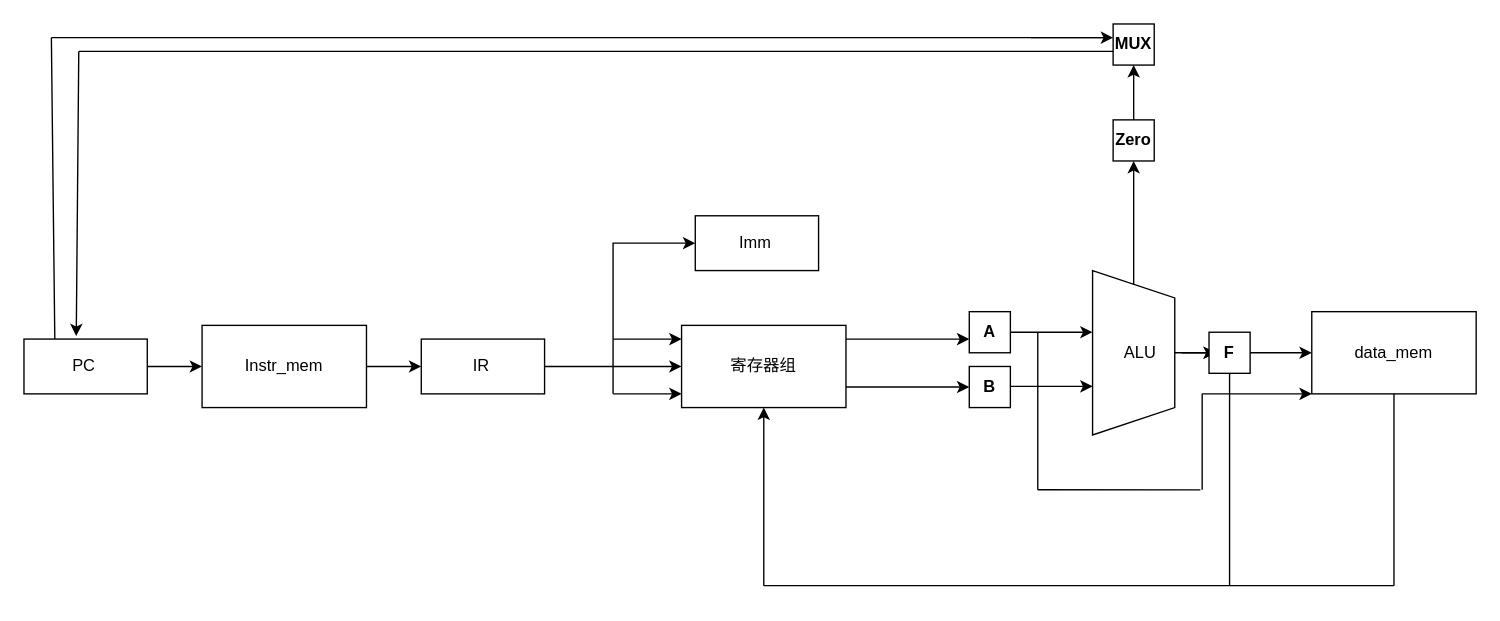
lllwwwooo/draw.io keeps this draw.io diagram as directory/CPU.drawio. Above is the earlier version. Source tidied: cells renumbered, new cells numbered last; positions are measured from the earlier drawing's top-left corner, leaving out a move shared by most shapes. Both pictures are drawn from the tidied source at 137%, with x=0, y=0 at pixel (23, 23).
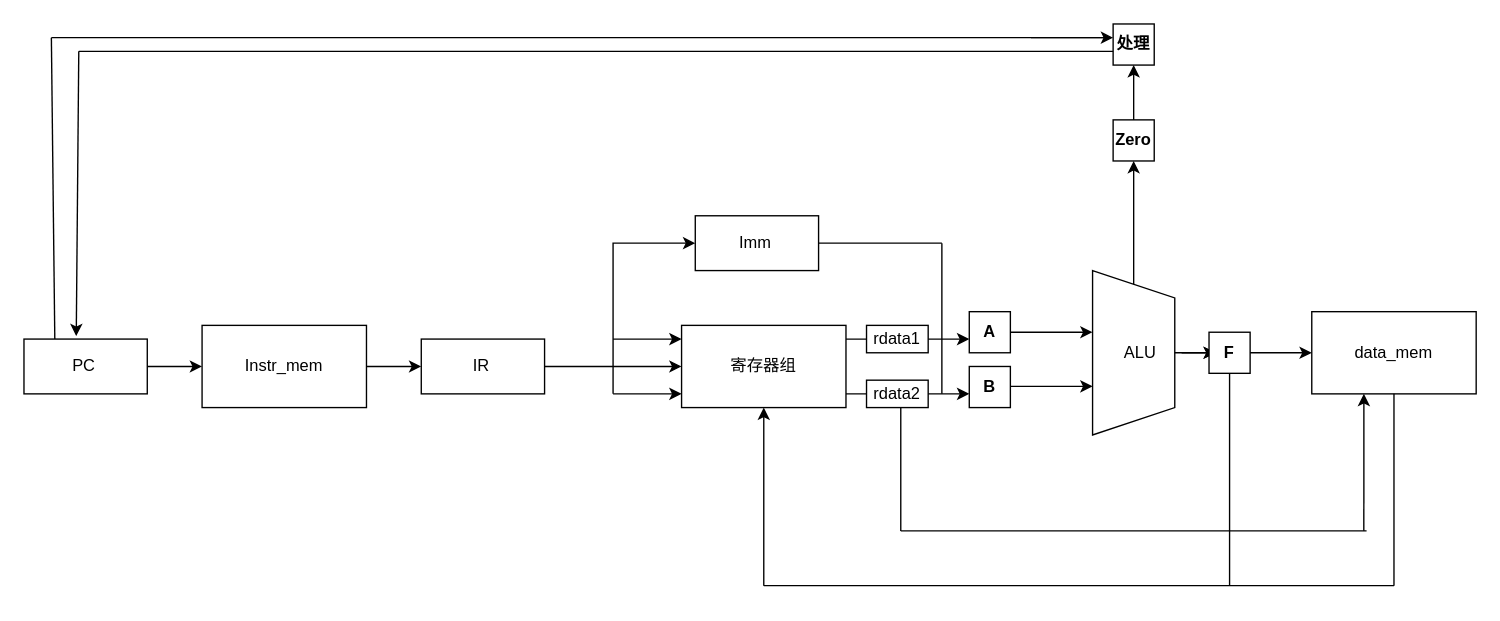
Above is the later version.

The change refers to these unchanged cells:
```xml
<mxCell id="14" style="rounded=0;whiteSpace=wrap;html=1;" parent="13" vertex="1">
  <mxGeometry width="120" height="60" as="geometry" />
</mxCell>
<mxCell id="18" style="rounded=0;whiteSpace=wrap;html=1;" parent="17" vertex="1">
  <mxGeometry width="90" height="40" as="geometry" />
</mxCell>
<mxCell id="44" style="group;" parent="1" vertex="1">
  <mxGeometry x="780" width="60" height="30" as="geometry" />
</mxCell>
<mxCell id="50" style="rounded=0;whiteSpace=wrap;html=1;" parent="49" vertex="1">
  <mxGeometry width="120" height="60" as="geometry" />
</mxCell>
```

The edit, as a diff of the source:
```diff
@@
-    <mxCell id="22" style="endArrow=classic;html=1;rounded=0;entryX=0;entryY=0.5;entryDx=0;entryDy=0;exitX=1;exitY=0.75;exitDx=0;exitDy=0;" parent="1" edge="1" source="14">
+    <mxCell id="22" style="endArrow=classic;html=1;rounded=0;entryX=0;entryY=0.5;entryDx=0;entryDy=0;exitX=1;exitY=0.75;exitDx=0;exitDy=0;" parent="1" edge="1">
       <mxGeometry relative="1" as="geometry">
-        <mxPoint x="690" y="265" as="targetPoint" />
+        <mxPoint x="600" y="270" as="sourcePoint" />
+        <mxPoint x="690" y="270" as="targetPoint" />
       </mxGeometry>
     </mxCell>
@@
-    <mxCell id="46" value="MUX" style="text;strokeColor=none;align=center;fillColor=none;html=1;verticalAlign=middle;whiteSpace=wrap;rounded=0;fontStyle=1;" parent="44" vertex="1">
+    <mxCell id="46" value="处理" style="text;strokeColor=none;align=center;fillColor=none;html=1;verticalAlign=middle;whiteSpace=wrap;rounded=0;fontStyle=1;" parent="44" vertex="1">
       <mxGeometry width="60" height="30" as="geometry" />
     </mxCell>
@@
-    <mxCell id="56" style="endArrow=classic;html=1;rounded=0;entryX=0;entryY=1;entryDx=0;entryDy=0;" parent="1" edge="1" target="50">
-      <mxGeometry relative="1" as="geometry">
-        <mxPoint x="860" y="270" as="sourcePoint" />
-      </mxGeometry>
-    </mxCell>
-    <mxCell id="57" style="endArrow=none;html=1;rounded=0;" parent="1" edge="1">
-      <mxGeometry relative="1" as="geometry">
-        <mxPoint x="860" y="340" as="sourcePoint" />
-        <mxPoint x="860" y="270" as="targetPoint" />
-      </mxGeometry>
-    </mxCell>
-    <mxCell id="58" style="endArrow=none;html=1;rounded=0;entryX=-0.011;entryY=0.869;entryDx=0;entryDy=0;entryPerimeter=0;" parent="1" edge="1">
-      <mxGeometry relative="1" as="geometry">
-        <mxPoint x="740" y="340" as="sourcePoint" />
-        <mxPoint x="858.7" y="340.1" as="targetPoint" />
-      </mxGeometry>
-    </mxCell>
-    <mxCell id="59" style="endArrow=none;html=1;rounded=0;" parent="1" edge="1">
-      <mxGeometry relative="1" as="geometry">
-        <mxPoint x="740" y="340" as="sourcePoint" />
-        <mxPoint x="740" y="225" as="targetPoint" />
-      </mxGeometry>
-    </mxCell>
@@
+    <mxCell id="66" style="group;" parent="1" vertex="1">
+      <mxGeometry x="615" y="220" width="45" height="20" as="geometry" />
+    </mxCell>
+    <mxCell id="67" style="rounded=0;whiteSpace=wrap;html=1;" parent="66" vertex="1">
+      <mxGeometry width="45" height="20" as="geometry" />
+    </mxCell>
+    <mxCell id="68" value="rdata1" style="text;strokeColor=none;align=center;fillColor=none;html=1;verticalAlign=middle;whiteSpace=wrap;rounded=0;" parent="66" vertex="1">
+      <mxGeometry x="11.2" y="5" width="22.5" height="10" as="geometry" />
+    </mxCell>
+    <mxCell id="69" style="group;" parent="1" vertex="1">
+      <mxGeometry x="615" y="260" width="45" height="20" as="geometry" />
+    </mxCell>
+    <mxCell id="70" style="rounded=0;whiteSpace=wrap;html=1;" parent="69" vertex="1">
+      <mxGeometry width="45" height="20" as="geometry" />
+    </mxCell>
+    <mxCell id="71" value="rdata2" style="text;strokeColor=none;align=center;fillColor=none;html=1;verticalAlign=middle;whiteSpace=wrap;rounded=0;" parent="69" vertex="1">
+      <mxGeometry x="11.2" y="5" width="22.5" height="10" as="geometry" />
+    </mxCell>
+    <mxCell id="72" style="endArrow=none;html=1;rounded=0;exitX=1;exitY=0.5;exitDx=0;exitDy=0;" parent="1" edge="1" source="18">
+      <mxGeometry relative="1" as="geometry">
+        <mxPoint x="670" y="160" as="targetPoint" />
+      </mxGeometry>
+    </mxCell>
+    <mxCell id="73" style="endArrow=none;html=1;rounded=0;" parent="1" edge="1">
+      <mxGeometry relative="1" as="geometry">
+        <mxPoint x="670" y="270" as="sourcePoint" />
+        <mxPoint x="670" y="160" as="targetPoint" />
+      </mxGeometry>
+    </mxCell>
+    <mxCell id="74" style="endArrow=classic;html=1;rounded=0;entryX=0.317;entryY=0.999;entryDx=0;entryDy=0;entryPerimeter=0;" parent="1" edge="1" target="50">
+      <mxGeometry relative="1" as="geometry">
+        <mxPoint x="978" y="370" as="sourcePoint" />
+      </mxGeometry>
+    </mxCell>
+    <mxCell id="75" style="endArrow=none;html=1;rounded=0;exitX=0;exitY=0.5;exitDx=0;exitDy=0;" parent="1" edge="1">
+      <mxGeometry relative="1" as="geometry">
+        <mxPoint x="640" y="280" as="sourcePoint" />
+        <mxPoint x="640" y="370" as="targetPoint" />
+      </mxGeometry>
+    </mxCell>
+    <mxCell id="76" style="endArrow=none;html=1;rounded=0;" parent="1" edge="1">
+      <mxGeometry relative="1" as="geometry">
+        <mxPoint x="640" y="370" as="sourcePoint" />
+        <mxPoint x="980" y="370" as="targetPoint" />
+      </mxGeometry>
+    </mxCell>
```
